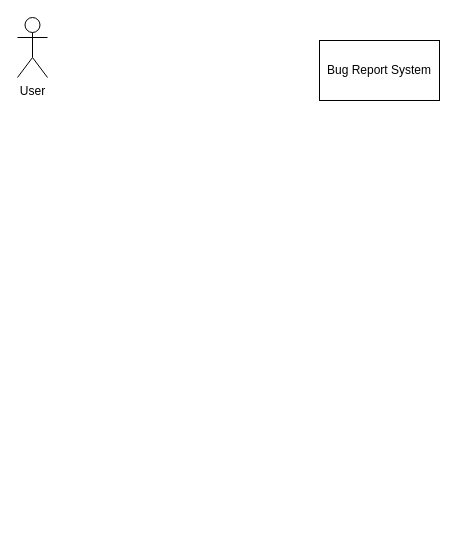
Before: UML-Diagrams/Bug-Report-System/Sequence-Diagram.drawio in ConradCJM/bugterra, a draw.io diagram. Source tidied: cells renumbered, new cells numbered last; positions are measured from the earlier drawing's top-left corner, leaving out a move shared by most shapes. Both pictures are drawn from the tidied source at 100%, with x=0, y=0 at pixel (17, 17).
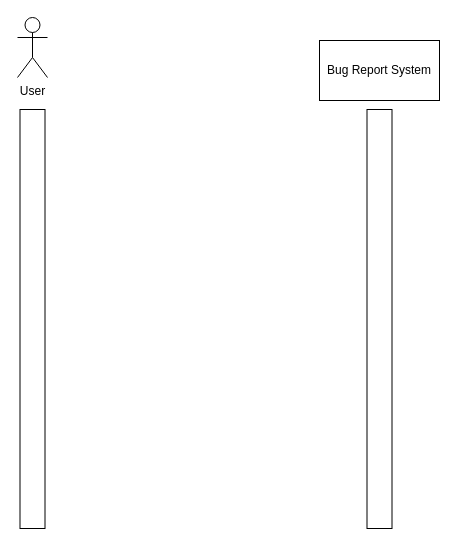
The same page after the edit.

The edit, as a diff of the source:
```diff
@@
 <mxGraphModel>
   <root>
     <mxCell id="0" />
     <mxCell id="1" parent="0" />
     <mxCell id="2" value="User" style="shape=umlActor;verticalLabelPosition=bottom;verticalAlign=top;html=1;" parent="1" vertex="1">
       <mxGeometry width="30" height="60" as="geometry" />
     </mxCell>
     <mxCell id="3" value="Bug Report System" style="rounded=0;whiteSpace=wrap;html=1;" parent="1" vertex="1">
       <mxGeometry x="302" y="23" width="120" height="60" as="geometry" />
     </mxCell>
+    <mxCell id="4" style="rounded=0;whiteSpace=wrap;html=1;" parent="1" vertex="1">
+      <mxGeometry x="2.5" y="92" width="25" height="419" as="geometry" />
+    </mxCell>
+    <mxCell id="5" style="rounded=0;whiteSpace=wrap;html=1;" parent="1" vertex="1">
+      <mxGeometry x="349.5" y="92" width="25" height="419" as="geometry" />
+    </mxCell>
   </root>
 </mxGraphModel>
```
